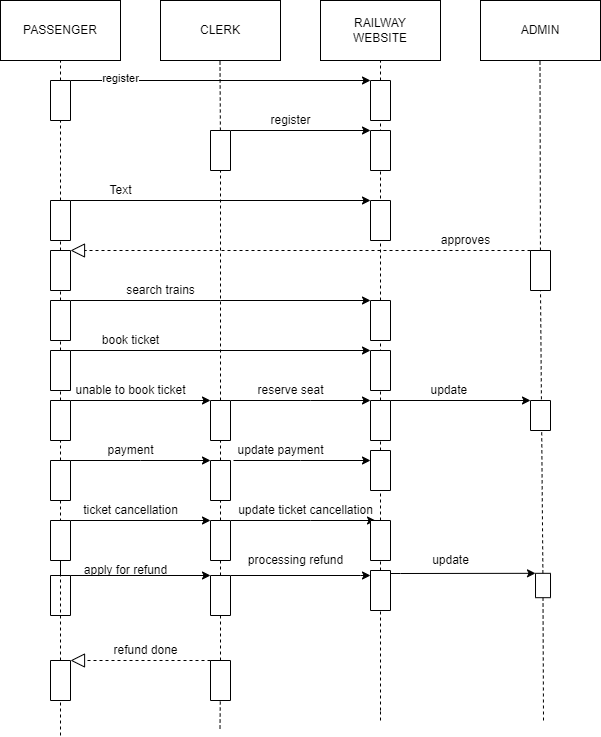
This is DAY-10/QUESTION-3/Sequence Diagram.drawio.png from sneha-2000/ust-prograd-training, a draw.io export, as it was before one commit. Source tidied: cells renumbered, new cells last; positions are measured from the earlier drawing's top-left corner, leaving out a move shared by most shapes.
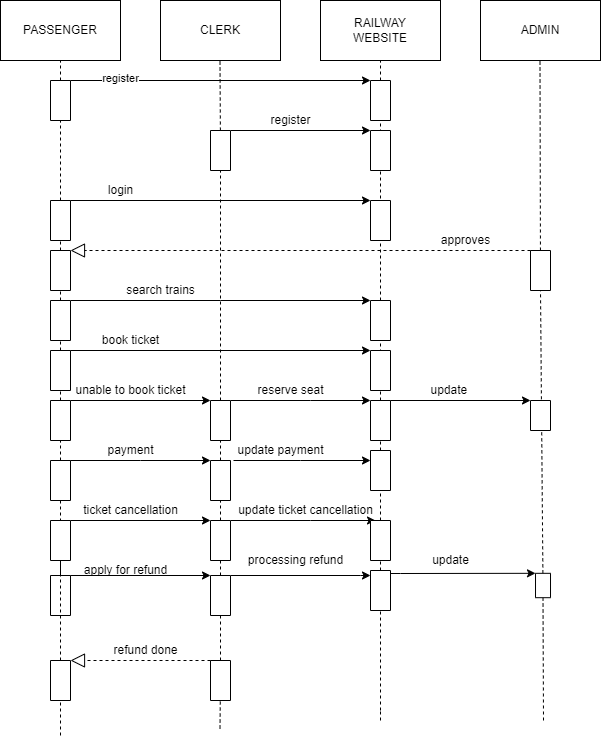
Later version of the same file.

What changed in the source:
```diff
@@ -321,7 +321,7 @@
         </Array>
       </mxGeometry>
     </mxCell>
-    <mxCell id="80" value="Text" style="text;html=1;align=center;verticalAlign=middle;strokeColor=none;fillColor=none;" parent="1" vertex="1">
+    <mxCell id="80" value="login" style="text;html=1;align=center;verticalAlign=middle;strokeColor=none;fillColor=none;" parent="1" vertex="1">
       <mxGeometry x="100" y="180" width="40" height="20" as="geometry" />
     </mxCell>
     <mxCell id="81" value="apply for refund" style="text;html=1;align=center;verticalAlign=middle;strokeColor=none;fillColor=none;" parent="1" vertex="1">
```
